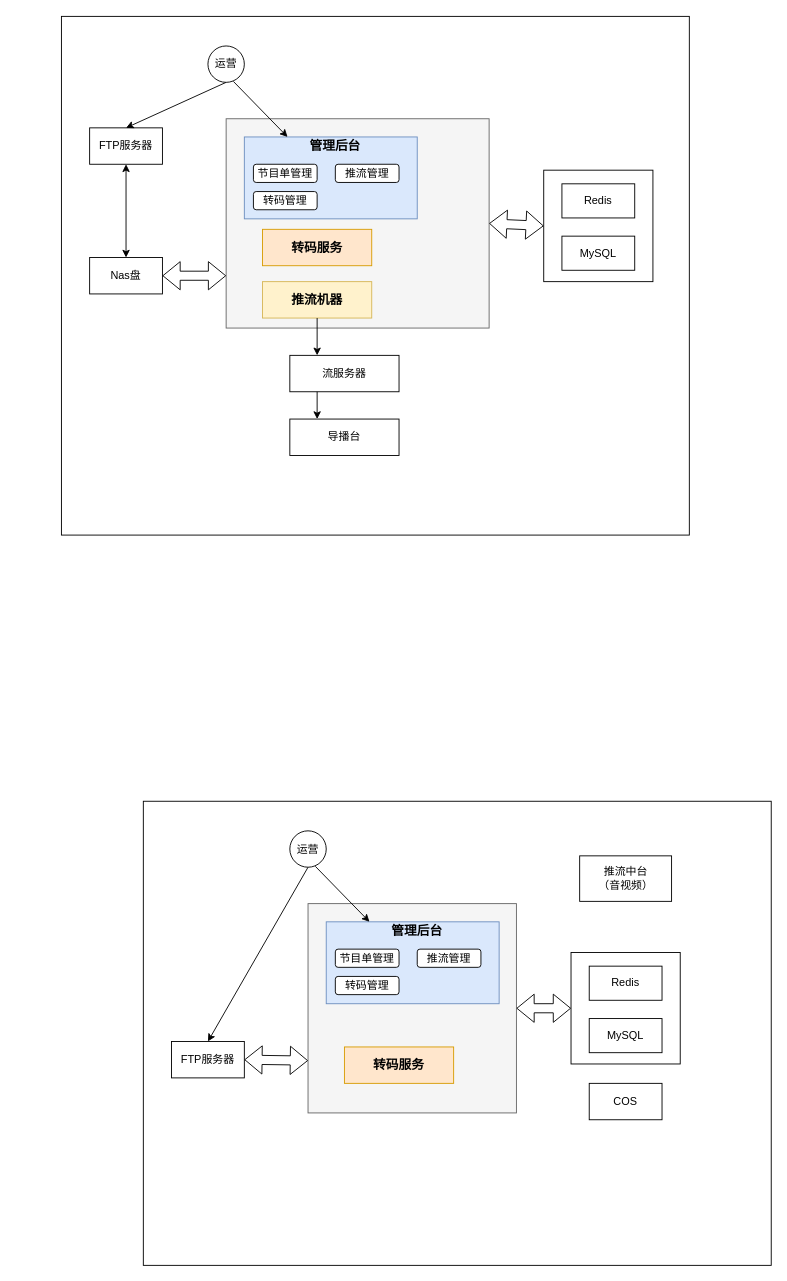
The draw.io diagram page "Page-3" (3 of 3) of seeTogether.drawio in JianHao-Chen/UML, before the edit. Source tidied: cells renumbered, new cells numbered last; positions are measured from the earlier drawing's top-left corner, leaving out a move shared by most shapes. Both pictures are drawn from the tidied source at 91%, with x=0, y=0 at pixel (61, 16).
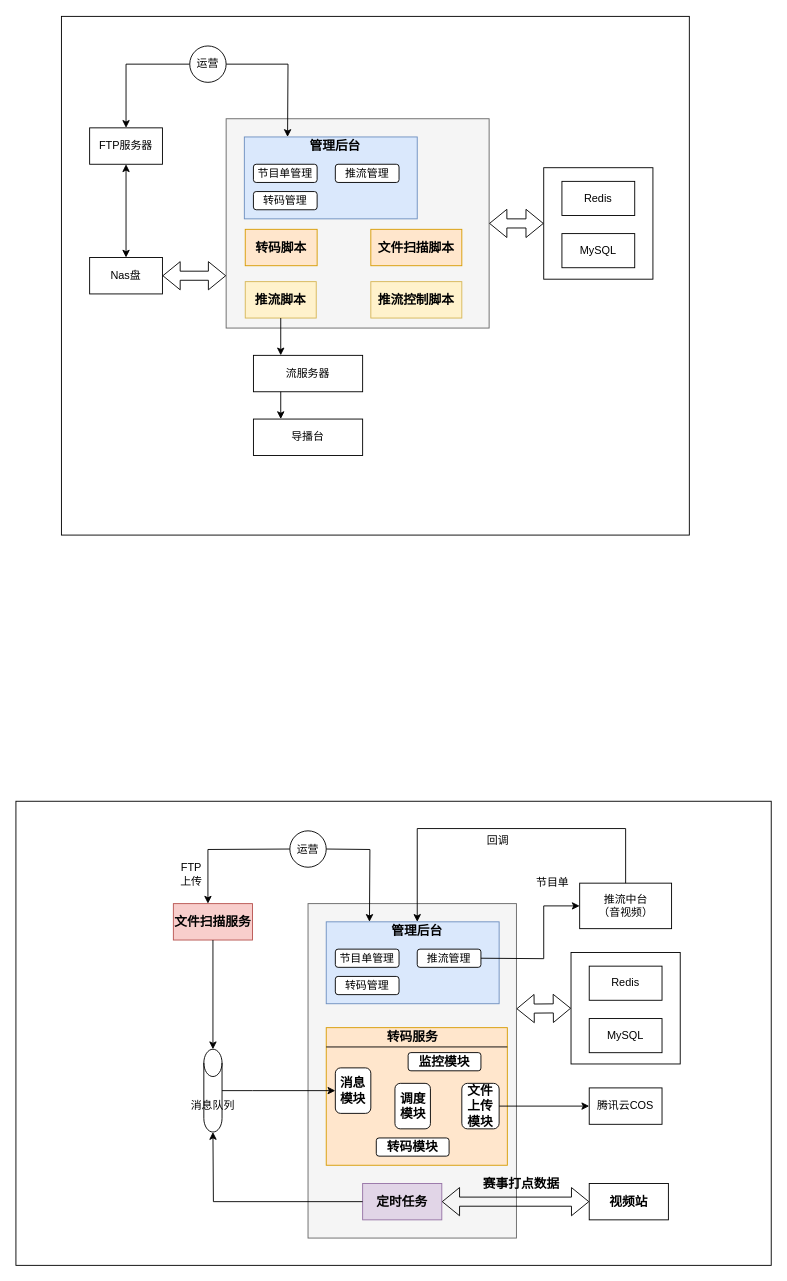
The same diagram, later.

The change refers to these unchanged cells:
```xml
<mxCell id="8" value="FTP服务器" style="rounded=0;whiteSpace=wrap;html=1;" parent="1" vertex="1">
  <mxGeometry x="31" y="122" width="80" height="40" as="geometry" />
</mxCell>
<mxCell id="13" style="rounded=0;whiteSpace=wrap;html=1;fillColor=#dae8fc;strokeColor=#6c8ebf;" parent="1" vertex="1">
  <mxGeometry x="201" y="132" width="190" height="90" as="geometry" />
</mxCell>
<mxCell id="27" style="rounded=0;whiteSpace=wrap;html=1;" parent="1" vertex="1">
  <mxGeometry x="560" y="1028.2" width="120" height="122.5" as="geometry" />
</mxCell>
<mxCell id="32" style="rounded=0;whiteSpace=wrap;html=1;fillColor=#dae8fc;strokeColor=#6c8ebf;" parent="1" vertex="1">
  <mxGeometry x="291" y="994.5" width="190" height="90" as="geometry" />
</mxCell>
<mxCell id="34" value="运营" style="ellipse;whiteSpace=wrap;html=1;" parent="1" vertex="1">
  <mxGeometry x="251" y="894.5" width="40" height="40" as="geometry" />
</mxCell>
<mxCell id="37" value="&lt;font style=&quot;font-size: 14px&quot;&gt;&lt;b&gt;管理后台&lt;/b&gt;&lt;/font&gt;" style="text;html=1;strokeColor=none;fillColor=none;align=center;verticalAlign=middle;whiteSpace=wrap;rounded=0;" parent="1" vertex="1">
  <mxGeometry x="361" y="994.5" width="60" height="20" as="geometry" />
</mxCell>
<mxCell id="39" value="推流管理" style="rounded=1;whiteSpace=wrap;html=1;" parent="1" vertex="1">
  <mxGeometry x="391" y="1024.5" width="70" height="20" as="geometry" />
</mxCell>
```

The edit, as a diff of the source:
```diff
@@
     <mxCell id="3" style="rounded=0;whiteSpace=wrap;html=1;" parent="1" vertex="1">
-      <mxGeometry x="530" y="168.5" width="120" height="122.5" as="geometry" />
+      <mxGeometry x="530" y="165.8" width="120" height="122.5" as="geometry" />
     </mxCell>
@@
-    <mxCell id="6" value="&lt;b style=&quot;font-size: 14px&quot;&gt;转码服务&lt;/b&gt;" style="rounded=0;whiteSpace=wrap;html=1;fillColor=#ffe6cc;strokeColor=#d79b00;" parent="1" vertex="1">
-      <mxGeometry x="221" y="233.5" width="120" height="40" as="geometry" />
+    <mxCell id="6" value="&lt;b style=&quot;font-size: 14px&quot;&gt;转码脚本&lt;/b&gt;" style="rounded=0;whiteSpace=wrap;html=1;fillColor=#ffe6cc;strokeColor=#d79b00;" parent="1" vertex="1">
+      <mxGeometry x="202" y="233.5" width="79" height="40" as="geometry" />
     </mxCell>
-    <mxCell id="7" value="&lt;font style=&quot;font-size: 14px&quot;&gt;&lt;b&gt;推流机器&lt;/b&gt;&lt;/font&gt;" style="rounded=0;whiteSpace=wrap;html=1;fillColor=#fff2cc;strokeColor=#d6b656;" parent="1" vertex="1">
-      <mxGeometry x="221" y="291" width="120" height="40" as="geometry" />
+    <mxCell id="7" value="&lt;font style=&quot;font-size: 14px&quot;&gt;&lt;b&gt;推流脚本&lt;/b&gt;&lt;/font&gt;" style="rounded=0;whiteSpace=wrap;html=1;fillColor=#fff2cc;strokeColor=#d6b656;" parent="1" vertex="1">
+      <mxGeometry x="202" y="291" width="78" height="40" as="geometry" />
     </mxCell>
@@
-    <mxCell id="10" style="endArrow=classic;html=1;entryX=0.5;entryY=0;entryDx=0;entryDy=0;exitX=0.5;exitY=1;exitDx=0;exitDy=0;" parent="1" edge="1" source="15" target="8">
-      <mxGeometry relative="1" as="geometry" />
+    <mxCell id="10" style="endArrow=classic;html=1;entryX=0.5;entryY=0;entryDx=0;entryDy=0;exitX=0;exitY=0.5;exitDx=0;exitDy=0;rounded=0;" parent="1" edge="1" source="15" target="8">
+      <mxGeometry relative="1" as="geometry">
+        <Array as="points">
+          <mxPoint x="71" y="52" />
+        </Array>
+      </mxGeometry>
     </mxCell>
     <mxCell id="11" value="流服务器" style="rounded=0;whiteSpace=wrap;html=1;" parent="1" vertex="1">
-      <mxGeometry x="251" y="372" width="120" height="40" as="geometry" />
+      <mxGeometry x="211" y="372" width="120" height="40" as="geometry" />
     </mxCell>
     <mxCell id="12" value="导播台" style="rounded=0;whiteSpace=wrap;html=1;" parent="1" vertex="1">
-      <mxGeometry x="251" y="442" width="120" height="40" as="geometry" />
+      <mxGeometry x="211" y="442" width="120" height="40" as="geometry" />
     </mxCell>
@@
-    <mxCell id="14" style="endArrow=classic;html=1;exitX=0.7;exitY=0.975;exitDx=0;exitDy=0;exitPerimeter=0;entryX=0.25;entryY=0;entryDx=0;entryDy=0;" parent="1" edge="1" source="15" target="13">
-      <mxGeometry relative="1" as="geometry" />
+    <mxCell id="14" style="endArrow=classic;html=1;exitX=1;exitY=0.5;exitDx=0;exitDy=0;entryX=0.25;entryY=0;entryDx=0;entryDy=0;rounded=0;" parent="1" edge="1" source="15" target="13">
+      <mxGeometry relative="1" as="geometry">
+        <Array as="points">
+          <mxPoint x="249" y="52" />
+        </Array>
+      </mxGeometry>
     </mxCell>
     <mxCell id="15" value="运营" style="ellipse;whiteSpace=wrap;html=1;" parent="1" vertex="1">
-      <mxGeometry x="161" y="32" width="40" height="40" as="geometry" />
+      <mxGeometry x="141" y="32" width="40" height="40" as="geometry" />
     </mxCell>
     <mxCell id="16" value="Redis" style="rounded=0;whiteSpace=wrap;html=1;" parent="1" vertex="1">
-      <mxGeometry x="550" y="183.5" width="80" height="37.5" as="geometry" />
+      <mxGeometry x="550" y="180.8" width="80" height="37.5" as="geometry" />
     </mxCell>
     <mxCell id="17" value="MySQL" style="rounded=0;whiteSpace=wrap;html=1;" parent="1" vertex="1">
-      <mxGeometry x="550" y="241" width="80" height="37.5" as="geometry" />
+      <mxGeometry x="550" y="238.2" width="80" height="37.5" as="geometry" />
     </mxCell>
@@
     <mxCell id="26" style="rounded=0;whiteSpace=wrap;html=1;" parent="1" vertex="1">
-      <mxGeometry x="90" y="862" width="690" height="510" as="geometry" />
+      <mxGeometry x="-50" y="862" width="830" height="510" as="geometry" />
     </mxCell>
@@
     <mxCell id="28" style="rounded=0;whiteSpace=wrap;html=1;fillColor=#f5f5f5;strokeColor=#666666;fontColor=#333333;" parent="1" vertex="1">
-      <mxGeometry x="271" y="974.5" width="229" height="230" as="geometry" />
+      <mxGeometry x="271" y="974.5" width="229" height="367.5" as="geometry" />
     </mxCell>
-    <mxCell id="29" value="&lt;b style=&quot;font-size: 14px&quot;&gt;转码服务&lt;/b&gt;" style="rounded=0;whiteSpace=wrap;html=1;fillColor=#ffe6cc;strokeColor=#d79b00;" parent="1" vertex="1">
-      <mxGeometry x="311" y="1132" width="120" height="40" as="geometry" />
+    <mxCell id="29" style="rounded=0;whiteSpace=wrap;html=1;fillColor=#ffe6cc;strokeColor=#d79b00;" parent="1" vertex="1">
+      <mxGeometry x="291" y="1110.8" width="199" height="151.2" as="geometry" />
     </mxCell>
-    <mxCell id="30" value="FTP服务器" style="rounded=0;whiteSpace=wrap;html=1;" parent="1" vertex="1">
-      <mxGeometry x="121" y="1126" width="80" height="40" as="geometry" />
-    </mxCell>
-    <mxCell id="31" style="endArrow=classic;html=1;entryX=0.5;entryY=0;entryDx=0;entryDy=0;exitX=0.5;exitY=1;exitDx=0;exitDy=0;" parent="1" edge="1" source="34" target="30">
-      <mxGeometry relative="1" as="geometry" />
+    <mxCell id="31" style="endArrow=classic;html=1;entryX=0.5;entryY=0;entryDx=0;entryDy=0;exitX=0;exitY=0.5;exitDx=0;exitDy=0;rounded=0;" parent="1" edge="1" source="34">
+      <mxGeometry relative="1" as="geometry">
+        <mxPoint x="161" y="974.5" as="targetPoint" />
+        <Array as="points">
+          <mxPoint x="161" y="915" />
+        </Array>
+      </mxGeometry>
     </mxCell>
@@
-    <mxCell id="33" style="endArrow=classic;html=1;exitX=0.7;exitY=0.975;exitDx=0;exitDy=0;exitPerimeter=0;entryX=0.25;entryY=0;entryDx=0;entryDy=0;" parent="1" edge="1" source="34" target="32">
-      <mxGeometry relative="1" as="geometry" />
+    <mxCell id="33" style="endArrow=classic;html=1;exitX=1;exitY=0.5;exitDx=0;exitDy=0;entryX=0.25;entryY=0;entryDx=0;entryDy=0;rounded=0;" parent="1" edge="1" source="34" target="32">
+      <mxGeometry relative="1" as="geometry">
+        <Array as="points">
+          <mxPoint x="339" y="915" />
+        </Array>
+      </mxGeometry>
     </mxCell>
@@
-    <mxCell id="41" style="shape=flexArrow;endArrow=classic;startArrow=classic;html=1;entryX=0;entryY=0.75;entryDx=0;entryDy=0;exitX=1;exitY=0.5;exitDx=0;exitDy=0;" parent="1" edge="1" source="30" target="28">
-      <mxGeometry relative="1" as="geometry" />
-    </mxCell>
-    <mxCell id="42" style="shape=flexArrow;endArrow=classic;startArrow=classic;html=1;entryX=0;entryY=0.5;entryDx=0;entryDy=0;exitX=1;exitY=0.5;exitDx=0;exitDy=0;" parent="1" edge="1" source="28" target="27">
-      <mxGeometry relative="1" as="geometry" />
+    <mxCell id="42" style="shape=flexArrow;endArrow=classic;startArrow=classic;html=1;entryX=0;entryY=0.5;entryDx=0;entryDy=0;" parent="1" edge="1" target="27">
+      <mxGeometry relative="1" as="geometry">
+        <mxPoint x="500" y="1090" as="sourcePoint" />
+      </mxGeometry>
     </mxCell>
-    <mxCell id="43" value="COS" style="rounded=0;whiteSpace=wrap;html=1;" parent="1" vertex="1">
-      <mxGeometry x="580" y="1172" width="80" height="40" as="geometry" />
+    <mxCell id="43" value="腾讯云COS" style="rounded=0;whiteSpace=wrap;html=1;" parent="1" vertex="1">
+      <mxGeometry x="580" y="1177" width="80" height="40" as="geometry" />
     </mxCell>
     <mxCell id="44" value="推流中台&lt;br&gt;（音视频）" style="rounded=0;whiteSpace=wrap;html=1;" parent="1" vertex="1">
-      <mxGeometry x="569.5" y="922" width="101" height="50" as="geometry" />
+      <mxGeometry x="569.5" y="952" width="101" height="50" as="geometry" />
     </mxCell>
+    <mxCell id="45" value="&lt;b style=&quot;font-size: 14px&quot;&gt;文件扫描脚本&lt;/b&gt;" style="rounded=0;whiteSpace=wrap;html=1;fillColor=#ffe6cc;strokeColor=#d79b00;" parent="1" vertex="1">
+      <mxGeometry x="340" y="233.5" width="100" height="40" as="geometry" />
+    </mxCell>
+    <mxCell id="46" value="&lt;font style=&quot;font-size: 14px&quot;&gt;&lt;b&gt;推流控制脚本&lt;/b&gt;&lt;/font&gt;" style="rounded=0;whiteSpace=wrap;html=1;fillColor=#fff2cc;strokeColor=#d6b656;" parent="1" vertex="1">
+      <mxGeometry x="340" y="291" width="100" height="40" as="geometry" />
+    </mxCell>
+    <mxCell id="47" value="&lt;b style=&quot;font-size: 14px&quot;&gt;监控模块&lt;/b&gt;" style="rounded=1;whiteSpace=wrap;html=1;" parent="1" vertex="1">
+      <mxGeometry x="381" y="1138.2" width="80" height="20" as="geometry" />
+    </mxCell>
+    <mxCell id="48" value="&lt;b style=&quot;font-size: 14px&quot;&gt;转码模块&lt;/b&gt;" style="rounded=1;whiteSpace=wrap;html=1;" parent="1" vertex="1">
+      <mxGeometry x="346" y="1232" width="80" height="20" as="geometry" />
+    </mxCell>
+    <mxCell id="49" value="&lt;b style=&quot;font-size: 14px&quot;&gt;消息模块&lt;/b&gt;" style="rounded=1;whiteSpace=wrap;html=1;" parent="1" vertex="1">
+      <mxGeometry x="301" y="1155" width="39" height="50" as="geometry" />
+    </mxCell>
+    <mxCell id="50" value="&lt;b style=&quot;font-size: 14px&quot;&gt;文件&lt;br&gt;上传&lt;br&gt;模块&lt;/b&gt;" style="rounded=1;whiteSpace=wrap;html=1;" parent="1" vertex="1">
+      <mxGeometry x="440" y="1172" width="41" height="50" as="geometry" />
+    </mxCell>
+    <mxCell id="51" value="&lt;b style=&quot;font-size: 14px&quot;&gt;文件扫描服务&lt;/b&gt;" style="rounded=0;whiteSpace=wrap;html=1;fillColor=#f8cecc;strokeColor=#b85450;" parent="1" vertex="1">
+      <mxGeometry x="123" y="974.5" width="87" height="40" as="geometry" />
+    </mxCell>
+    <mxCell id="52" style="shape=cylinder3;whiteSpace=wrap;html=1;boundedLbl=1;backgroundOutline=1;size=15;" parent="1" vertex="1">
+      <mxGeometry x="156.5" y="1134.5" width="20" height="91" as="geometry" />
+    </mxCell>
+    <mxCell id="53" style="endArrow=classic;html=1;exitX=0.5;exitY=1;exitDx=0;exitDy=0;entryX=0.5;entryY=0;entryDx=0;entryDy=0;entryPerimeter=0;" parent="1" edge="1" source="51" target="52">
+      <mxGeometry relative="1" as="geometry" />
+    </mxCell>
+    <mxCell id="54" style="endArrow=classic;html=1;entryX=0;entryY=0.5;entryDx=0;entryDy=0;rounded=0;exitX=1;exitY=0.5;exitDx=0;exitDy=0;exitPerimeter=0;" parent="1" edge="1" source="52" target="49">
+      <mxGeometry relative="1" as="geometry">
+        <Array as="points">
+          <mxPoint x="210" y="1180" />
+        </Array>
+      </mxGeometry>
+    </mxCell>
+    <mxCell id="55" value="FTP&lt;br&gt;上传" style="text;html=1;strokeColor=none;fillColor=none;align=center;verticalAlign=middle;whiteSpace=wrap;rounded=0;" parent="1" vertex="1">
+      <mxGeometry x="123" y="932" width="40" height="20" as="geometry" />
+    </mxCell>
+    <mxCell id="56" style="endArrow=classic;html=1;exitX=1;exitY=0.5;exitDx=0;exitDy=0;entryX=0;entryY=0.5;entryDx=0;entryDy=0;" parent="1" edge="1" source="50" target="43">
+      <mxGeometry relative="1" as="geometry" />
+    </mxCell>
+    <mxCell id="57" value="消息队列" style="text;html=1;strokeColor=none;fillColor=none;align=center;verticalAlign=middle;whiteSpace=wrap;rounded=0;" parent="1" vertex="1">
+      <mxGeometry x="137" y="1187" width="59" height="20" as="geometry" />
+    </mxCell>
+    <mxCell id="58" value="&lt;font style=&quot;font-size: 14px&quot;&gt;&lt;b&gt;转码服务&lt;/b&gt;&lt;/font&gt;" style="text;html=1;strokeColor=none;fillColor=none;align=center;verticalAlign=middle;whiteSpace=wrap;rounded=0;" parent="1" vertex="1">
+      <mxGeometry x="356" y="1110.8" width="60" height="20" as="geometry" />
+    </mxCell>
+    <mxCell id="59" style="endArrow=none;html=1;entryX=1;entryY=0.14;entryDx=0;entryDy=0;entryPerimeter=0;" parent="1" edge="1" target="29">
+      <mxGeometry relative="1" as="geometry">
+        <mxPoint x="291" y="1132" as="sourcePoint" />
+      </mxGeometry>
+    </mxCell>
+    <mxCell id="60" value="&lt;b style=&quot;font-size: 14px&quot;&gt;调度模块&lt;/b&gt;" style="rounded=1;whiteSpace=wrap;html=1;" parent="1" vertex="1">
+      <mxGeometry x="366.5" y="1172" width="39" height="50" as="geometry" />
+    </mxCell>
+    <mxCell id="61" style="endArrow=classic;html=1;exitX=1;exitY=0.5;exitDx=0;exitDy=0;entryX=0;entryY=0.5;entryDx=0;entryDy=0;rounded=0;" parent="1" edge="1" source="39" target="44">
+      <mxGeometry relative="1" as="geometry">
+        <Array as="points">
+          <mxPoint x="530" y="1035" />
+          <mxPoint x="530" y="977" />
+        </Array>
+      </mxGeometry>
+    </mxCell>
+    <mxCell id="62" value="节目单" style="text;html=1;strokeColor=none;fillColor=none;align=center;verticalAlign=middle;whiteSpace=wrap;rounded=0;" parent="1" vertex="1">
+      <mxGeometry x="520" y="942" width="40" height="20" as="geometry" />
+    </mxCell>
+    <mxCell id="63" style="endArrow=classic;html=1;exitX=0.5;exitY=0;exitDx=0;exitDy=0;entryX=0.5;entryY=0;entryDx=0;entryDy=0;rounded=0;" parent="1" edge="1" source="44" target="37">
+      <mxGeometry relative="1" as="geometry">
+        <Array as="points">
+          <mxPoint x="620" y="892" />
+          <mxPoint x="391" y="892" />
+        </Array>
+      </mxGeometry>
+    </mxCell>
+    <mxCell id="64" value="回调" style="text;html=1;strokeColor=none;fillColor=none;align=center;verticalAlign=middle;whiteSpace=wrap;rounded=0;" parent="1" vertex="1">
+      <mxGeometry x="460" y="894.5" width="40" height="20" as="geometry" />
+    </mxCell>
+    <mxCell id="65" value="&lt;b style=&quot;font-size: 14px&quot;&gt;视频站&lt;/b&gt;" style="rounded=0;whiteSpace=wrap;html=1;" parent="1" vertex="1">
+      <mxGeometry x="580" y="1282" width="87" height="40" as="geometry" />
+    </mxCell>
+    <mxCell id="66" value="&lt;span style=&quot;font-size: 14px&quot;&gt;&lt;b&gt;定时任务&lt;/b&gt;&lt;/span&gt;" style="rounded=0;whiteSpace=wrap;html=1;fillColor=#e1d5e7;strokeColor=#9673a6;" parent="1" vertex="1">
+      <mxGeometry x="331" y="1282" width="87" height="40" as="geometry" />
+    </mxCell>
+    <mxCell id="67" style="shape=flexArrow;endArrow=classic;startArrow=classic;html=1;exitX=1;exitY=0.5;exitDx=0;exitDy=0;entryX=0;entryY=0.5;entryDx=0;entryDy=0;" parent="1" edge="1" source="66" target="65">
+      <mxGeometry relative="1" as="geometry" />
+    </mxCell>
+    <mxCell id="68" value="&lt;b style=&quot;font-size: 14px&quot;&gt;赛事打点数据&lt;/b&gt;" style="text;html=1;strokeColor=none;fillColor=none;align=center;verticalAlign=middle;whiteSpace=wrap;rounded=0;" parent="1" vertex="1">
+      <mxGeometry x="431" y="1272" width="149" height="20" as="geometry" />
+    </mxCell>
+    <mxCell id="69" style="endArrow=classic;html=1;entryX=0.5;entryY=1;entryDx=0;entryDy=0;entryPerimeter=0;exitX=0;exitY=0.5;exitDx=0;exitDy=0;rounded=0;" parent="1" edge="1" source="66" target="52">
+      <mxGeometry relative="1" as="geometry">
+        <Array as="points">
+          <mxPoint x="167" y="1302" />
+        </Array>
+      </mxGeometry>
+    </mxCell>
```
